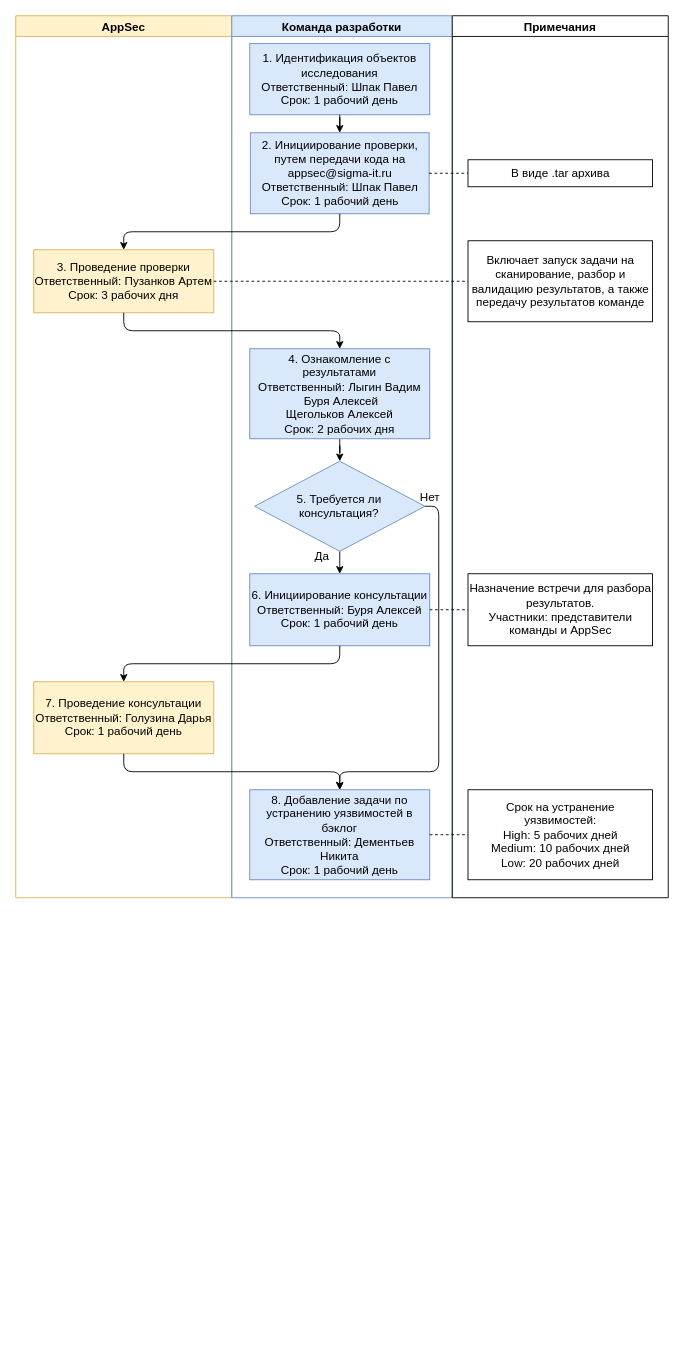
GoluzinaD/Python keeps this draw.io diagram as page "схема взаимодействия для ИВК" (10 of 11) of Untitled Diagram2.drawio. Above is the earlier version. Source tidied: cells renumbered, new cells numbered last; positions are measured from the earlier drawing's top-left corner, leaving out a move shared by most shapes. Both pictures are drawn from the tidied source at 90%, with x=0, y=0 at pixel (15, 15).
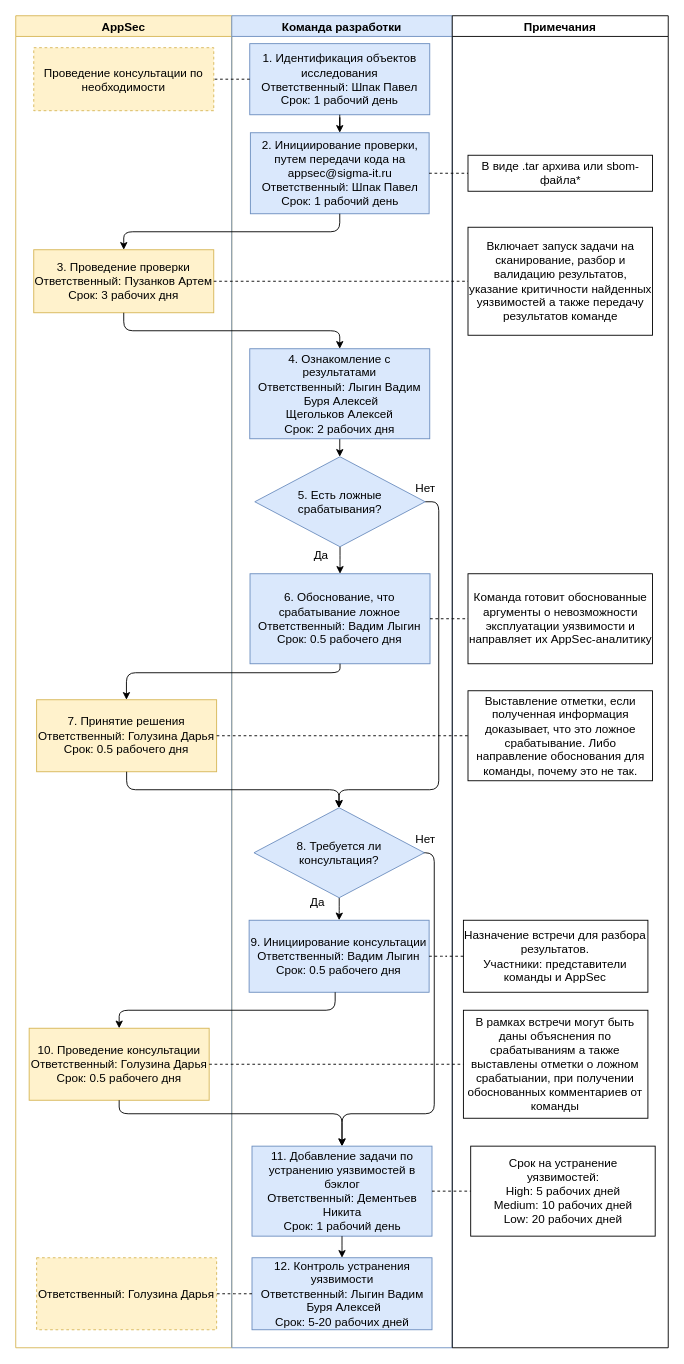
Above is the later version.

Unchanged cells that the change refers to:
```xml
<mxCell id="10" value="&lt;div style=&quot;font-size: 13px;&quot;&gt;1. &lt;span style=&quot;font-size: 13px;&quot;&gt;Идентификация объектов исследования&lt;/span&gt;&lt;/div&gt;&lt;div style=&quot;font-size: 13px;&quot;&gt;&lt;span style=&quot;font-size: 13px;&quot;&gt;Ответственный: Шпак Павел&lt;br style=&quot;font-size: 13px;&quot;&gt;&lt;/span&gt;&lt;/div&gt;&lt;div style=&quot;font-size: 13px;&quot;&gt;&lt;span style=&quot;font-size: 13px;&quot;&gt;Срок: 1 рабочий день&lt;br style=&quot;font-size: 13px;&quot;&gt;&lt;/span&gt;&lt;/div&gt;" style="rounded=0;whiteSpace=wrap;html=1;sketch=0;fontSize=13;fillColor=#dae8fc;strokeColor=#6c8ebf;" parent="5" vertex="1">
  <mxGeometry x="20" y="31" width="200" height="79" as="geometry" />
</mxCell>
<mxCell id="14" value="&lt;div style=&quot;font-size: 13px;&quot;&gt;4. Ознакомление с результатами&lt;/div&gt;&lt;div style=&quot;font-size: 13px;&quot;&gt;&lt;div style=&quot;font-size: 13px;&quot;&gt;&lt;span style=&quot;font-size: 13px;&quot;&gt;Ответственный: Лыгин Вадим&lt;br style=&quot;font-size: 13px;&quot;&gt;&lt;/span&gt;&lt;/div&gt;&lt;div style=&quot;font-size: 13px;&quot;&gt;&lt;span style=&quot;font-size: 13px;&quot;&gt;&amp;nbsp;Буря Алексей&lt;br style=&quot;font-size: 13px;&quot;&gt;&lt;/span&gt;&lt;/div&gt;&lt;div style=&quot;font-size: 13px;&quot;&gt;&lt;span style=&quot;font-size: 13px;&quot;&gt;Щегольков Алексей&lt;br style=&quot;font-size: 13px;&quot;&gt;&lt;/span&gt;&lt;/div&gt;&lt;span style=&quot;font-size: 13px;&quot;&gt;Срок: 2 рабочих дня&lt;br style=&quot;font-size: 13px;&quot;&gt;&lt;/span&gt;&lt;/div&gt;" style="rounded=0;whiteSpace=wrap;html=1;sketch=0;fontSize=13;fillColor=#dae8fc;strokeColor=#6c8ebf;" parent="5" vertex="1">
  <mxGeometry x="20" y="370" width="200" height="100" as="geometry" />
</mxCell>
```

Change to the diagram source:
```diff
@@
     <mxCell id="2" value="AppSec" style="swimlane;rounded=0;sketch=0;fillColor=#fff2cc;strokeColor=#d6b656;fontSize=13;" parent="1" vertex="1">
-      <mxGeometry width="240" height="980" as="geometry" />
+      <mxGeometry width="240" height="1480" as="geometry" />
     </mxCell>
-    <mxCell id="3" value="&lt;div style=&quot;font-size: 13px;&quot;&gt;7. Проведение консультации&lt;/div&gt;&lt;div style=&quot;font-size: 13px;&quot;&gt;&lt;div style=&quot;font-size: 13px;&quot;&gt;&lt;span style=&quot;font-size: 13px;&quot;&gt;Ответственный: Голузина Дарья &lt;br style=&quot;font-size: 13px;&quot;&gt;&lt;/span&gt;&lt;/div&gt;&lt;span style=&quot;font-size: 13px;&quot;&gt;Срок: 1 рабочий день&lt;br style=&quot;font-size: 13px;&quot;&gt;&lt;/span&gt;&lt;/div&gt;" style="rounded=0;whiteSpace=wrap;html=1;sketch=0;fontSize=13;fillColor=#fff2cc;strokeColor=#d6b656;" parent="2" vertex="1">
-      <mxGeometry x="20" y="740" width="200" height="80" as="geometry" />
+    <mxCell id="3" value="&lt;div style=&quot;font-size: 13px;&quot;&gt;10. Проведение консультации&lt;/div&gt;&lt;div style=&quot;font-size: 13px;&quot;&gt;&lt;div style=&quot;font-size: 13px;&quot;&gt;&lt;span style=&quot;font-size: 13px;&quot;&gt;Ответственный: Голузина Дарья &lt;br style=&quot;font-size: 13px;&quot;&gt;&lt;/span&gt;&lt;/div&gt;&lt;span style=&quot;font-size: 13px;&quot;&gt;Срок: &lt;/span&gt;&lt;span style=&quot;font-size: 13px;&quot;&gt;0.5 рабочего дня&lt;/span&gt;&lt;span style=&quot;font-size: 13px;&quot;&gt;&lt;/span&gt;&lt;/div&gt;" style="rounded=0;whiteSpace=wrap;html=1;sketch=0;fontSize=13;fillColor=#fff2cc;strokeColor=#d6b656;" parent="2" vertex="1">
+      <mxGeometry x="14.9" y="1125" width="200" height="80" as="geometry" />
     </mxCell>
@@
+    <mxCell id="31" value="Проведение консультации по необходимости" style="rounded=0;whiteSpace=wrap;html=1;sketch=0;fontSize=13;fillColor=#fff2cc;strokeColor=#d6b656;dashed=1;" parent="2" vertex="1">
+      <mxGeometry x="20" y="35.5" width="200" height="70" as="geometry" />
+    </mxCell>
+    <mxCell id="32" value="&lt;div style=&quot;font-size: 13px;&quot;&gt;&lt;div style=&quot;font-size: 13px;&quot;&gt;&lt;span style=&quot;font-size: 13px;&quot;&gt;Ответственный: Голузина Дарья &lt;br style=&quot;font-size: 13px;&quot;&gt;&lt;/span&gt;&lt;/div&gt;&lt;span style=&quot;font-size: 13px;&quot;&gt;&lt;/span&gt;&lt;/div&gt;" style="rounded=0;whiteSpace=wrap;html=1;sketch=0;fontSize=13;fillColor=#fff2cc;strokeColor=#d6b656;dashed=1;" parent="2" vertex="1">
+      <mxGeometry x="23.2" y="1380" width="200" height="80" as="geometry" />
+    </mxCell>
+    <mxCell id="33" value="&lt;div style=&quot;font-size: 13px;&quot;&gt;7. Принятие решения&lt;br&gt;&lt;/div&gt;&lt;div style=&quot;font-size: 13px;&quot;&gt;&lt;div style=&quot;font-size: 13px;&quot;&gt;&lt;span style=&quot;font-size: 13px;&quot;&gt;Ответственный: Голузина Дарья &lt;br style=&quot;font-size: 13px;&quot;&gt;&lt;/span&gt;&lt;/div&gt;&lt;span style=&quot;font-size: 13px;&quot;&gt;Срок: &lt;/span&gt;&lt;span style=&quot;font-size: 13px;&quot;&gt;0.5 рабочего дня&lt;/span&gt;&lt;span style=&quot;font-size: 13px;&quot;&gt;&lt;/span&gt;&lt;/div&gt;" style="rounded=0;whiteSpace=wrap;html=1;sketch=0;fontSize=13;fillColor=#fff2cc;strokeColor=#d6b656;" parent="2" vertex="1">
+      <mxGeometry x="23.2" y="760" width="200" height="80" as="geometry" />
+    </mxCell>
     <mxCell id="5" value="Команда разработки" style="swimlane;rounded=0;sketch=0;fillColor=#dae8fc;strokeColor=#6c8ebf;startSize=23;fontSize=13;" parent="1" vertex="1">
-      <mxGeometry x="240" width="245" height="980" as="geometry" />
+      <mxGeometry x="240" width="245" height="1480" as="geometry" />
     </mxCell>
@@
+    <mxCell id="8" style="edgeStyle=orthogonalEdgeStyle;rounded=1;jettySize=auto;html=1;fontSize=13;entryX=0.5;entryY=0;entryDx=0;entryDy=0;" parent="5" edge="1" target="15">
+      <mxGeometry relative="1" as="geometry">
+        <mxPoint x="153.3" y="930" as="sourcePoint" />
+        <Array as="points">
+          <mxPoint x="225" y="930" />
+          <mxPoint x="225" y="1220" />
+          <mxPoint x="123" y="1220" />
+        </Array>
+      </mxGeometry>
+    </mxCell>
-    <mxCell id="7" style="edgeStyle=orthogonalEdgeStyle;rounded=1;jettySize=auto;html=1;entryX=0.5;entryY=0;entryDx=0;entryDy=0;fontSize=13;" parent="5" edge="1" source="9" target="16">
+    <mxCell id="7" style="edgeStyle=orthogonalEdgeStyle;rounded=1;jettySize=auto;html=1;entryX=0.5;entryY=0;entryDx=0;entryDy=0;fontSize=13;endArrow=classic;endFill=1;" parent="5" edge="1" source="9" target="16">
       <mxGeometry relative="1" as="geometry" />
     </mxCell>
-    <mxCell id="8" style="edgeStyle=orthogonalEdgeStyle;rounded=1;jettySize=auto;html=1;entryX=0.5;entryY=0;entryDx=0;entryDy=0;fontSize=13;" parent="5" edge="1" source="9" target="15">
-      <mxGeometry relative="1" as="geometry">
-        <Array as="points">
-          <mxPoint x="230" y="545" />
-          <mxPoint x="230" y="840" />
-          <mxPoint x="120" y="840" />
-        </Array>
-      </mxGeometry>
-    </mxCell>
-    <mxCell id="9" value="&lt;div style=&quot;font-size: 13px;&quot;&gt;5. Требуется ли &lt;br style=&quot;font-size: 13px;&quot;&gt;&lt;/div&gt;&lt;div style=&quot;font-size: 13px;&quot;&gt;консультация?&lt;/div&gt;" style="rhombus;whiteSpace=wrap;html=1;rounded=0;sketch=0;fontSize=13;fillColor=#dae8fc;strokeColor=#6c8ebf;" parent="5" vertex="1">
-      <mxGeometry x="25.4" y="495" width="189.3" height="100" as="geometry" />
+    <mxCell id="9" value="&lt;div style=&quot;font-size: 13px;&quot;&gt;8. Требуется ли &lt;br style=&quot;font-size: 13px;&quot;&gt;&lt;/div&gt;&lt;div style=&quot;font-size: 13px;&quot;&gt;консультация?&lt;/div&gt;" style="rhombus;whiteSpace=wrap;html=1;rounded=0;sketch=0;fontSize=13;fillColor=#dae8fc;strokeColor=#6c8ebf;" parent="5" vertex="1">
+      <mxGeometry x="24.7" y="880" width="189.3" height="100" as="geometry" />
     </mxCell>
@@
     <mxCell id="12" value="Нет" style="text;html=1;align=center;verticalAlign=middle;strokeColor=none;fillColor=none;fontSize=13;" parent="5" vertex="1">
-      <mxGeometry x="195" y="520" width="50" height="30" as="geometry" />
+      <mxGeometry x="189.9" y="900" width="50" height="30" as="geometry" />
     </mxCell>
-    <mxCell id="13" style="edgeStyle=orthogonalEdgeStyle;rounded=1;jettySize=auto;html=1;entryX=0.5;entryY=0;entryDx=0;entryDy=0;fontSize=13;" parent="5" edge="1" source="14" target="9">
-      <mxGeometry relative="1" as="geometry" />
-    </mxCell>
+    <mxCell id="34" style="edgeStyle=orthogonalEdgeStyle;rounded=1;jettySize=auto;html=1;entryX=0.5;entryY=0;entryDx=0;entryDy=0;fontSize=13;endArrow=classic;endFill=1;" parent="5" edge="1" source="14" target="40">
+      <mxGeometry relative="1" as="geometry" />
+    </mxCell>
@@
-    <mxCell id="15" value="&lt;div style=&quot;font-size: 13px;&quot;&gt;8. Добавление задачи по устранению уязвимостей в бэклог&lt;br style=&quot;font-size: 13px;&quot;&gt;&lt;/div&gt;&lt;div style=&quot;font-size: 13px;&quot;&gt;&lt;div style=&quot;font-size: 13px;&quot;&gt;&lt;span style=&quot;font-size: 13px;&quot;&gt;Ответственный: Дементьев Никита&lt;br&gt;&lt;/span&gt;&lt;/div&gt;&lt;span style=&quot;font-size: 13px;&quot;&gt;Срок: 1 рабочий день&lt;br&gt;&lt;/span&gt;&lt;/div&gt;" style="rounded=0;whiteSpace=wrap;html=1;sketch=0;fontSize=13;fillColor=#dae8fc;strokeColor=#6c8ebf;" parent="5" vertex="1">
-      <mxGeometry x="20" y="860" width="200" height="100" as="geometry" />
+    <mxCell id="15" value="&lt;div style=&quot;font-size: 13px;&quot;&gt;11. Добавление задачи по устранению уязвимостей в бэклог&lt;br style=&quot;font-size: 13px;&quot;&gt;&lt;/div&gt;&lt;div style=&quot;font-size: 13px;&quot;&gt;&lt;div style=&quot;font-size: 13px;&quot;&gt;&lt;span style=&quot;font-size: 13px;&quot;&gt;Ответственный: Дементьев Никита&lt;br&gt;&lt;/span&gt;&lt;/div&gt;&lt;span style=&quot;font-size: 13px;&quot;&gt;Срок: 1 рабочий день&lt;br&gt;&lt;/span&gt;&lt;/div&gt;" style="rounded=0;whiteSpace=wrap;html=1;sketch=0;fontSize=13;fillColor=#dae8fc;strokeColor=#6c8ebf;" parent="5" vertex="1">
+      <mxGeometry x="22.5" y="1256" width="200" height="100" as="geometry" />
     </mxCell>
-    <mxCell id="16" value="&lt;div style=&quot;font-size: 13px;&quot;&gt;6. Инициирование консультации&lt;br style=&quot;font-size: 13px;&quot;&gt;&lt;/div&gt;&lt;div style=&quot;font-size: 13px;&quot;&gt;&lt;div style=&quot;font-size: 13px;&quot;&gt;&lt;span style=&quot;font-size: 13px;&quot;&gt;Ответственный: Буря Алексей&lt;br style=&quot;font-size: 13px;&quot;&gt;&lt;/span&gt;&lt;/div&gt;&lt;span style=&quot;font-size: 13px;&quot;&gt;Срок:&lt;/span&gt;&lt;span style=&quot;font-size: 13px;&quot;&gt; 1 рабочий день&lt;/span&gt;&lt;/div&gt;" style="rounded=0;whiteSpace=wrap;html=1;sketch=0;fontSize=13;fillColor=#dae8fc;strokeColor=#6c8ebf;" parent="5" vertex="1">
-      <mxGeometry x="20" y="620" width="200" height="80" as="geometry" />
+    <mxCell id="16" value="&lt;div style=&quot;font-size: 13px;&quot;&gt;9. Инициирование консультации&lt;br style=&quot;font-size: 13px;&quot;&gt;&lt;/div&gt;&lt;div style=&quot;font-size: 13px;&quot;&gt;&lt;div style=&quot;font-size: 13px;&quot;&gt;&lt;span style=&quot;font-size: 13px;&quot;&gt;Ответственный: Вадим Лыгин&lt;/span&gt;&lt;span style=&quot;font-size: 13px;&quot;&gt;&lt;/span&gt;&lt;/div&gt;&lt;span style=&quot;font-size: 13px;&quot;&gt;Срок:&lt;/span&gt;&lt;span style=&quot;font-size: 13px;&quot;&gt; &lt;/span&gt;&lt;span style=&quot;font-size: 13px;&quot;&gt;0.5 рабочего дня&lt;/span&gt;&lt;/div&gt;" style="rounded=0;whiteSpace=wrap;html=1;sketch=0;fontSize=13;fillColor=#dae8fc;strokeColor=#6c8ebf;" parent="5" vertex="1">
+      <mxGeometry x="19.3" y="1005" width="200" height="80" as="geometry" />
     </mxCell>
     <mxCell id="17" value="Да" style="text;html=1;align=center;verticalAlign=middle;strokeColor=none;fillColor=none;fontSize=13;" parent="5" vertex="1">
-      <mxGeometry x="80" y="585" width="40" height="30" as="geometry" />
+      <mxGeometry x="74.9" y="970" width="40" height="30" as="geometry" />
     </mxCell>
+    <mxCell id="35" value="&lt;div&gt;12. Контроль устранения уязвимости&lt;/div&gt;&lt;div style=&quot;font-size: 13px;&quot;&gt;&lt;div style=&quot;font-size: 13px;&quot;&gt;&lt;span style=&quot;font-size: 13px;&quot;&gt;Ответственный: &lt;/span&gt;&lt;span style=&quot;font-size: 13px;&quot;&gt;Лыгин Вадим&lt;br style=&quot;font-size: 13px;&quot;&gt;&lt;/span&gt;&lt;div style=&quot;font-size: 13px;&quot;&gt;&lt;span style=&quot;font-size: 13px;&quot;&gt;&amp;nbsp;Буря Алексей&lt;/span&gt;&lt;/div&gt;&lt;span style=&quot;font-size: 13px;&quot;&gt;&lt;/span&gt;&lt;/div&gt;&lt;span style=&quot;font-size: 13px;&quot;&gt;&lt;/span&gt;&lt;span style=&quot;font-size: 13px;&quot;&gt;Срок: 5-20 рабочих дней&lt;/span&gt;&lt;/div&gt;" style="rounded=0;whiteSpace=wrap;html=1;sketch=0;fontSize=13;fillColor=#dae8fc;strokeColor=#6c8ebf;" parent="5" vertex="1">
+      <mxGeometry x="22.5" y="1380" width="200" height="80" as="geometry" />
+    </mxCell>
+    <mxCell id="36" style="edgeStyle=orthogonalEdgeStyle;rounded=1;jettySize=auto;html=1;fontSize=13;endArrow=classic;endFill=1;entryX=0.5;entryY=0;entryDx=0;entryDy=0;" parent="5" edge="1" source="15" target="35">
+      <mxGeometry relative="1" as="geometry">
+        <Array as="points">
+          <mxPoint x="123" y="1376" />
+          <mxPoint x="122" y="1376" />
+        </Array>
+      </mxGeometry>
+    </mxCell>
+    <mxCell id="37" value="&lt;div style=&quot;font-size: 13px;&quot;&gt;6. Обоснование, что срабатывание ложное&lt;br style=&quot;font-size: 13px;&quot;&gt;&lt;/div&gt;&lt;div style=&quot;font-size: 13px;&quot;&gt;&lt;div style=&quot;font-size: 13px;&quot;&gt;&lt;span style=&quot;font-size: 13px;&quot;&gt;Ответственный: &lt;/span&gt;&lt;span style=&quot;font-size: 13px;&quot;&gt;Вадим Лыгин&lt;/span&gt;&lt;span style=&quot;font-size: 13px;&quot;&gt;&lt;/span&gt;&lt;/div&gt;&lt;span style=&quot;font-size: 13px;&quot;&gt;Срок: 0.5 рабочего дня&lt;br&gt;&lt;/span&gt;&lt;/div&gt;" style="rounded=0;whiteSpace=wrap;html=1;sketch=0;fontSize=13;fillColor=#dae8fc;strokeColor=#6c8ebf;" parent="5" vertex="1">
+      <mxGeometry x="20.3" y="620" width="200" height="100" as="geometry" />
+    </mxCell>
+    <mxCell id="38" style="edgeStyle=orthogonalEdgeStyle;rounded=1;jettySize=auto;html=1;entryX=0.5;entryY=0;entryDx=0;entryDy=0;fontSize=13;endArrow=classic;endFill=1;" parent="5" edge="1" source="40" target="37">
+      <mxGeometry relative="1" as="geometry" />
+    </mxCell>
+    <mxCell id="39" style="edgeStyle=orthogonalEdgeStyle;rounded=1;jettySize=auto;html=1;entryX=0.5;entryY=0;entryDx=0;entryDy=0;fontSize=13;endArrow=classic;endFill=1;" parent="5" edge="1" source="40" target="9">
+      <mxGeometry relative="1" as="geometry">
+        <Array as="points">
+          <mxPoint x="230" y="540" />
+          <mxPoint x="230" y="860" />
+          <mxPoint x="119" y="860" />
+        </Array>
+      </mxGeometry>
+    </mxCell>
+    <mxCell id="40" value="&lt;div style=&quot;font-size: 13px;&quot;&gt;5. Есть ложные срабатывания?&lt;br&gt;&lt;/div&gt;" style="rhombus;whiteSpace=wrap;html=1;rounded=0;sketch=0;fontSize=13;fillColor=#dae8fc;strokeColor=#6c8ebf;" parent="5" vertex="1">
+      <mxGeometry x="25.6" y="490" width="189.3" height="100" as="geometry" />
+    </mxCell>
+    <mxCell id="41" value="Да" style="text;html=1;align=center;verticalAlign=middle;strokeColor=none;fillColor=none;fontSize=13;" parent="5" vertex="1">
+      <mxGeometry x="78.8" y="584" width="40" height="30" as="geometry" />
+    </mxCell>
+    <mxCell id="42" value="Нет" style="text;html=1;align=center;verticalAlign=middle;strokeColor=none;fillColor=none;fontSize=13;" parent="5" vertex="1">
+      <mxGeometry x="189.9" y="510" width="50" height="30" as="geometry" />
+    </mxCell>
     <mxCell id="18" value="Примечания" style="swimlane;rounded=0;sketch=0;fontSize=13;" parent="1" vertex="1">
-      <mxGeometry x="485" width="240" height="980" as="geometry" />
+      <mxGeometry x="485" width="240" height="1480" as="geometry" />
     </mxCell>
-    <mxCell id="19" value="Включает запуск задачи на сканирование, разбор и валидацию результатов, а также передачу результатов команде" style="rounded=0;whiteSpace=wrap;html=1;fontSize=13;" parent="18" vertex="1">
-      <mxGeometry x="17.5" y="250" width="205" height="90" as="geometry" />
+    <mxCell id="19" value="Включает запуск задачи на сканирование, разбор и валидацию результатов, указание критичности найденных уязвимостей а также передачу результатов команде" style="rounded=0;whiteSpace=wrap;html=1;fontSize=13;" parent="18" vertex="1">
+      <mxGeometry x="17.5" y="235" width="205" height="120" as="geometry" />
     </mxCell>
-    <mxCell id="20" value="В виде .tar архива" style="rounded=0;whiteSpace=wrap;html=1;fontSize=13;" parent="18" vertex="1">
-      <mxGeometry x="17.5" y="160" width="205" height="30" as="geometry" />
+    <mxCell id="20" value="В виде .tar архива или sbom-файла*" style="rounded=0;whiteSpace=wrap;html=1;fontSize=13;" parent="18" vertex="1">
+      <mxGeometry x="17.5" y="155" width="205" height="40" as="geometry" />
     </mxCell>
     <mxCell id="21" value="&lt;div&gt;Назначение встречи для разбора результатов.&lt;/div&gt;&lt;div&gt;Участники: представители команды и AppSec&lt;br&gt;&lt;/div&gt;" style="rounded=0;whiteSpace=wrap;html=1;fontSize=13;" parent="18" vertex="1">
-      <mxGeometry x="17.5" y="620" width="205" height="80" as="geometry" />
+      <mxGeometry x="12.4" y="1005" width="205" height="80" as="geometry" />
     </mxCell>
     <mxCell id="22" value="&lt;div&gt;Срок на устранение уязвимостей:&lt;/div&gt;&lt;div&gt;High: 5 рабочих дней&lt;br&gt;&lt;/div&gt;&lt;div&gt;Medium: 10 рабочих дней&lt;br&gt;&lt;/div&gt;&lt;div&gt;Low: 20 рабочих дней&lt;br&gt;&lt;/div&gt;" style="rounded=0;whiteSpace=wrap;html=1;fontSize=13;" parent="18" vertex="1">
-      <mxGeometry x="17.5" y="860" width="205" height="100" as="geometry" />
+      <mxGeometry x="20.5" y="1256" width="205" height="100" as="geometry" />
     </mxCell>
+    <mxCell id="43" value="В рамках встречи могут быть даны объяснения по срабатываниям а также выставлены отметки о ложном срабатыании, при получении обоснованных комментариев от команды" style="rounded=0;whiteSpace=wrap;html=1;fontSize=13;" parent="18" vertex="1">
+      <mxGeometry x="12.4" y="1105" width="205" height="120" as="geometry" />
+    </mxCell>
+    <mxCell id="44" value="Команда готовит обоснованные аргументы о невозможности эксплуатации уязвимости и направляет их AppSec-аналитику" style="rounded=0;whiteSpace=wrap;html=1;fontSize=13;" parent="18" vertex="1">
+      <mxGeometry x="17.5" y="620" width="205" height="100" as="geometry" />
+    </mxCell>
+    <mxCell id="45" value="Выставление отметки, если полученная информация доказывает, что это ложное срабатывание. Либо направление обоснования для команды, почему это не так. " style="rounded=0;whiteSpace=wrap;html=1;fontSize=13;" parent="18" vertex="1">
+      <mxGeometry x="17.5" y="750" width="205" height="100" as="geometry" />
+    </mxCell>
@@
     <mxCell id="25" style="edgeStyle=orthogonalEdgeStyle;rounded=1;jettySize=auto;html=1;fontSize=13;" parent="1" edge="1" source="16" target="3">
       <mxGeometry relative="1" as="geometry">
         <Array as="points">
-          <mxPoint x="360" y="720" />
-          <mxPoint x="120" y="720" />
+          <mxPoint x="354.9" y="1105" />
+          <mxPoint x="114.9" y="1105" />
         </Array>
       </mxGeometry>
     </mxCell>
-    <mxCell id="26" style="edgeStyle=orthogonalEdgeStyle;rounded=1;jettySize=auto;html=1;fontSize=13;" parent="1" edge="1" source="3" target="15">
-      <mxGeometry relative="1" as="geometry">
-        <Array as="points">
-          <mxPoint x="120" y="840" />
-          <mxPoint x="360" y="840" />
-        </Array>
-      </mxGeometry>
-    </mxCell>
@@
+    <mxCell id="46" style="edgeStyle=orthogonalEdgeStyle;rounded=1;jettySize=auto;html=1;entryX=1;entryY=0.5;entryDx=0;entryDy=0;dashed=1;fontSize=13;endArrow=none;endFill=0;" parent="1" edge="1" source="10" target="31">
+      <mxGeometry relative="1" as="geometry" />
+    </mxCell>
+    <mxCell id="47" style="edgeStyle=orthogonalEdgeStyle;rounded=1;jettySize=auto;html=1;entryX=1;entryY=0.5;entryDx=0;entryDy=0;fontSize=13;endArrow=none;endFill=0;dashed=1;" parent="1" edge="1" source="35" target="32">
+      <mxGeometry relative="1" as="geometry" />
+    </mxCell>
+    <mxCell id="48" style="edgeStyle=orthogonalEdgeStyle;rounded=1;jettySize=auto;html=1;entryX=0;entryY=0.5;entryDx=0;entryDy=0;dashed=1;fontSize=13;endArrow=none;endFill=0;" parent="1" edge="1" source="3" target="43">
+      <mxGeometry relative="1" as="geometry" />
+    </mxCell>
+    <mxCell id="26" style="edgeStyle=orthogonalEdgeStyle;rounded=1;jettySize=auto;html=1;entryX=0.5;entryY=0;entryDx=0;entryDy=0;fontSize=13;endArrow=classic;endFill=1;" parent="1" edge="1" source="3" target="15">
+      <mxGeometry relative="1" as="geometry">
+        <Array as="points">
+          <mxPoint x="115" y="1220" />
+          <mxPoint x="363" y="1220" />
+        </Array>
+      </mxGeometry>
+    </mxCell>
+    <mxCell id="49" style="edgeStyle=orthogonalEdgeStyle;rounded=1;jettySize=auto;html=1;fontSize=13;endArrow=classic;endFill=1;" parent="1" edge="1" source="37" target="33">
+      <mxGeometry relative="1" as="geometry">
+        <Array as="points">
+          <mxPoint x="360" y="730" />
+          <mxPoint x="123" y="730" />
+        </Array>
+      </mxGeometry>
+    </mxCell>
+    <mxCell id="50" style="edgeStyle=orthogonalEdgeStyle;rounded=1;jettySize=auto;html=1;fontSize=13;endArrow=classic;endFill=1;" parent="1" edge="1" source="33" target="9">
+      <mxGeometry relative="1" as="geometry">
+        <Array as="points">
+          <mxPoint x="123" y="860" />
+          <mxPoint x="359" y="860" />
+        </Array>
+      </mxGeometry>
+    </mxCell>
+    <mxCell id="51" style="edgeStyle=orthogonalEdgeStyle;rounded=1;jettySize=auto;html=1;entryX=0;entryY=0.5;entryDx=0;entryDy=0;fontSize=13;endArrow=none;endFill=0;dashed=1;" parent="1" edge="1" source="33" target="45">
+      <mxGeometry relative="1" as="geometry" />
+    </mxCell>
+    <mxCell id="52" style="edgeStyle=orthogonalEdgeStyle;rounded=1;jettySize=auto;html=1;entryX=0;entryY=0.5;entryDx=0;entryDy=0;dashed=1;fontSize=13;endArrow=none;endFill=0;" parent="1" edge="1" source="37" target="44">
+      <mxGeometry relative="1" as="geometry" />
+    </mxCell>
```
